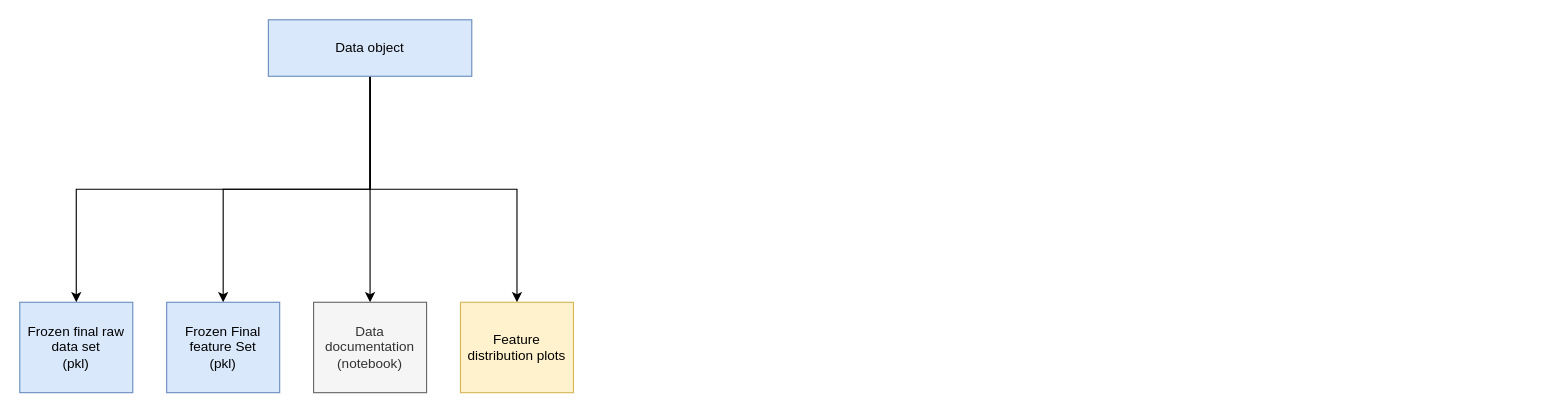
Above: Untitled Diagram.drawio in mhux2000/100-pandas-puzzles (draw.io), before the change. Source tidied: cells renumbered, new cells numbered last; positions are measured from the earlier drawing's top-left corner, leaving out a move shared by most shapes. Both pictures are drawn from the tidied source at 113%, with x=0, y=0 at pixel (19, 19).
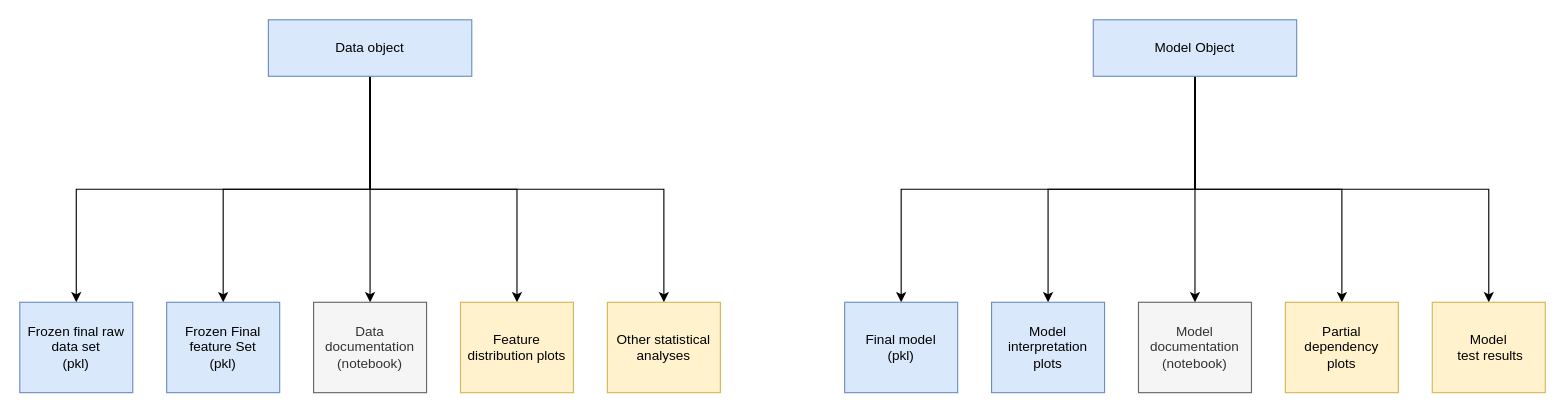
After the change.

The change refers to these unchanged cells:
```xml
<mxCell id="6" value="Data object" style="rounded=0;whiteSpace=wrap;html=1;fillColor=#dae8fc;strokeColor=#6c8ebf;" parent="1" vertex="1">
  <mxGeometry x="220" width="180" height="50" as="geometry" />
</mxCell>
```

What changed in the source:
```diff
@@
+    <mxCell id="11" style="edgeStyle=orthogonalEdgeStyle;rounded=0;jettySize=auto;html=1;exitX=0.5;exitY=1;exitDx=0;exitDy=0;entryX=0.5;entryY=0;entryDx=0;entryDy=0;" parent="1" edge="1" source="6" target="22">
+      <mxGeometry relative="1" as="geometry" />
+    </mxCell>
@@
+    <mxCell id="12" style="edgeStyle=orthogonalEdgeStyle;rounded=0;jettySize=auto;html=1;exitX=0.5;exitY=1;exitDx=0;exitDy=0;entryX=0.5;entryY=0;entryDx=0;entryDy=0;" parent="1" edge="1" source="17" target="18">
+      <mxGeometry relative="1" as="geometry" />
+    </mxCell>
+    <mxCell id="13" style="edgeStyle=orthogonalEdgeStyle;rounded=0;jettySize=auto;html=1;exitX=0.5;exitY=1;exitDx=0;exitDy=0;entryX=0.5;entryY=0;entryDx=0;entryDy=0;" parent="1" edge="1" source="17" target="19">
+      <mxGeometry relative="1" as="geometry" />
+    </mxCell>
+    <mxCell id="14" style="edgeStyle=orthogonalEdgeStyle;rounded=0;jettySize=auto;html=1;exitX=0.5;exitY=1;exitDx=0;exitDy=0;entryX=0.5;entryY=0;entryDx=0;entryDy=0;" parent="1" edge="1" source="17" target="20">
+      <mxGeometry relative="1" as="geometry" />
+    </mxCell>
+    <mxCell id="15" style="edgeStyle=orthogonalEdgeStyle;rounded=0;jettySize=auto;html=1;exitX=0.5;exitY=1;exitDx=0;exitDy=0;entryX=0.5;entryY=0;entryDx=0;entryDy=0;" parent="1" edge="1" source="17" target="21">
+      <mxGeometry relative="1" as="geometry" />
+    </mxCell>
+    <mxCell id="16" style="edgeStyle=orthogonalEdgeStyle;rounded=0;jettySize=auto;html=1;exitX=0.5;exitY=1;exitDx=0;exitDy=0;entryX=0.5;entryY=0;entryDx=0;entryDy=0;" parent="1" edge="1" source="17" target="23">
+      <mxGeometry relative="1" as="geometry" />
+    </mxCell>
+    <mxCell id="17" value="Model Object" style="rounded=0;whiteSpace=wrap;html=1;fillColor=#dae8fc;strokeColor=#6c8ebf;" parent="1" vertex="1">
+      <mxGeometry x="950" width="180" height="50" as="geometry" />
+    </mxCell>
+    <mxCell id="18" value="Model interpretation plots" style="rounded=0;whiteSpace=wrap;html=1;fillColor=#dae8fc;strokeColor=#6c8ebf;" parent="1" vertex="1">
+      <mxGeometry x="860" y="250" width="100" height="80" as="geometry" />
+    </mxCell>
+    <mxCell id="19" value="Final model&lt;br&gt;(pkl)" style="rounded=0;whiteSpace=wrap;html=1;fillColor=#dae8fc;strokeColor=#6c8ebf;" parent="1" vertex="1">
+      <mxGeometry x="730" y="250" width="100" height="80" as="geometry" />
+    </mxCell>
+    <mxCell id="20" value="Model documentation (notebook)" style="rounded=0;whiteSpace=wrap;html=1;fillColor=#f5f5f5;strokeColor=#666666;fontColor=#333333;" parent="1" vertex="1">
+      <mxGeometry x="990" y="250" width="100" height="80" as="geometry" />
+    </mxCell>
+    <mxCell id="21" value="Partial dependency&lt;br&gt;plots" style="rounded=0;whiteSpace=wrap;html=1;fillColor=#fff2cc;strokeColor=#d6b656;" parent="1" vertex="1">
+      <mxGeometry x="1120" y="250" width="100" height="80" as="geometry" />
+    </mxCell>
+    <mxCell id="22" value="Other statistical analyses" style="rounded=0;whiteSpace=wrap;html=1;fillColor=#fff2cc;strokeColor=#d6b656;" parent="1" vertex="1">
+      <mxGeometry x="520" y="250" width="100" height="80" as="geometry" />
+    </mxCell>
+    <mxCell id="23" value="Model&lt;br&gt;&amp;nbsp;test results" style="rounded=0;whiteSpace=wrap;html=1;fillColor=#fff2cc;strokeColor=#d6b656;" parent="1" vertex="1">
+      <mxGeometry x="1250" y="250" width="100" height="80" as="geometry" />
+    </mxCell>
```
